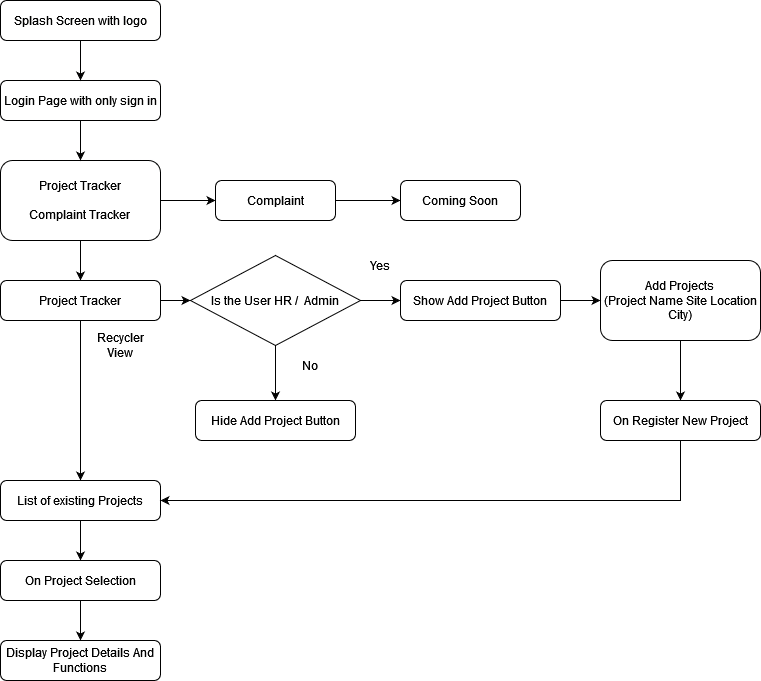
This is DFD.drawio.png from Flutech-cmr/DataFlowDiagrams, a draw.io export, as it was before one commit. Source tidied: cells renumbered, new cells last; positions are measured from the earlier drawing's top-left corner, leaving out a move shared by most shapes.
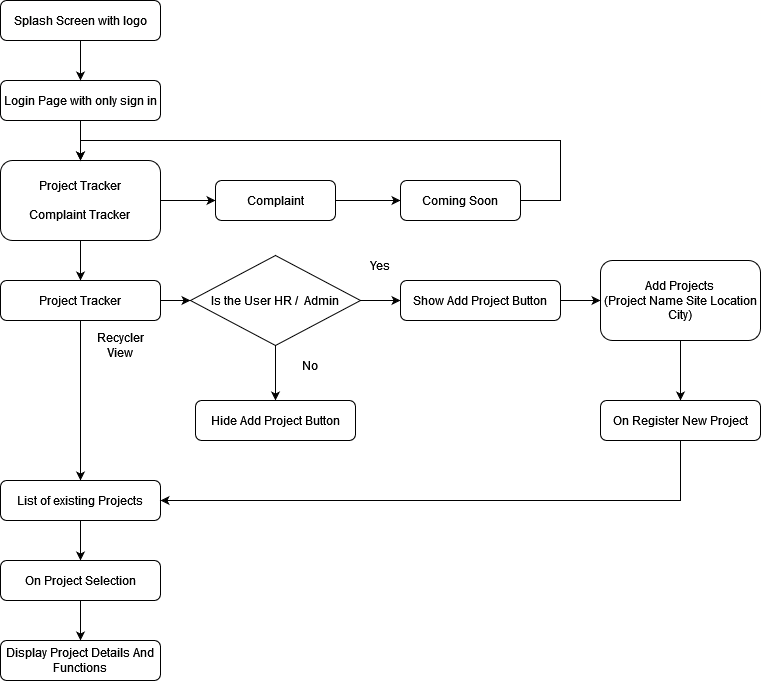
After the commit.

Change to the diagram source:
```diff
@@ -98,5 +98,14 @@
     <mxCell id="33" value="Display Project Details And Functions" style="rounded=1;whiteSpace=wrap;html=1;" parent="1" vertex="1">
       <mxGeometry y="640" width="160" height="40" as="geometry" />
     </mxCell>
+    <mxCell id="34" style="endArrow=classic;html=1;rounded=0;exitX=1;exitY=0.5;exitDx=0;exitDy=0;entryX=0.5;entryY=0;entryDx=0;entryDy=0;" parent="1" edge="1" source="7" target="4">
+      <mxGeometry relative="1" as="geometry">
+        <Array as="points">
+          <mxPoint x="560" y="200" />
+          <mxPoint x="560" y="140" />
+          <mxPoint x="80" y="140" />
+        </Array>
+      </mxGeometry>
+    </mxCell>
   </root>
 </mxGraphModel>
```
